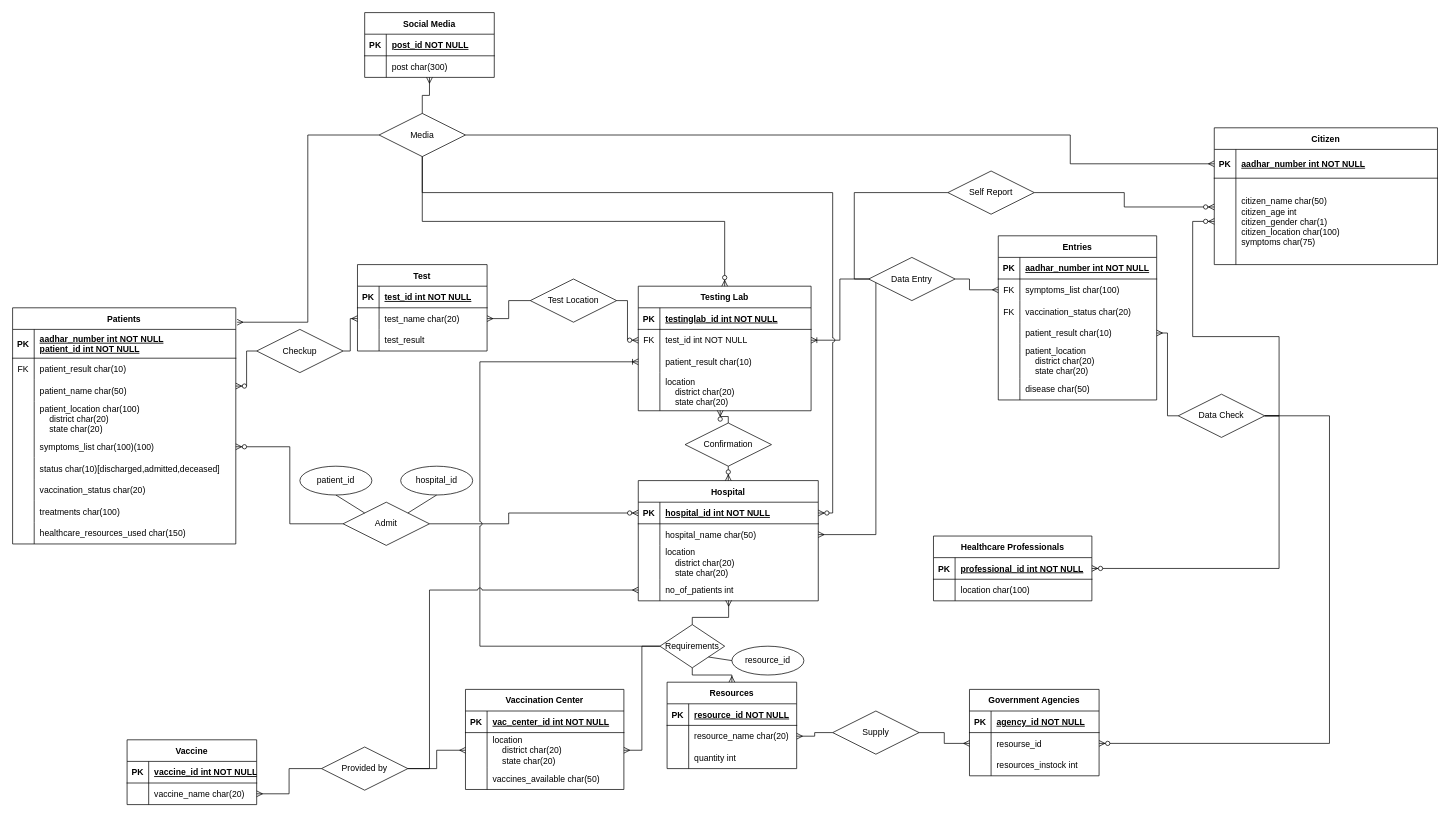
Above: page "Page-1" (1 of 3) of Untitled Diagram.drawio in nithishnani-277/DBMS_LAB (draw.io), before the change. Source tidied: cells renumbered, new cells numbered last; positions are measured from the earlier drawing's top-left corner, leaving out a move shared by most shapes. Both pictures are drawn from the tidied source at 72%, with x=0, y=0 at pixel (12, 12).
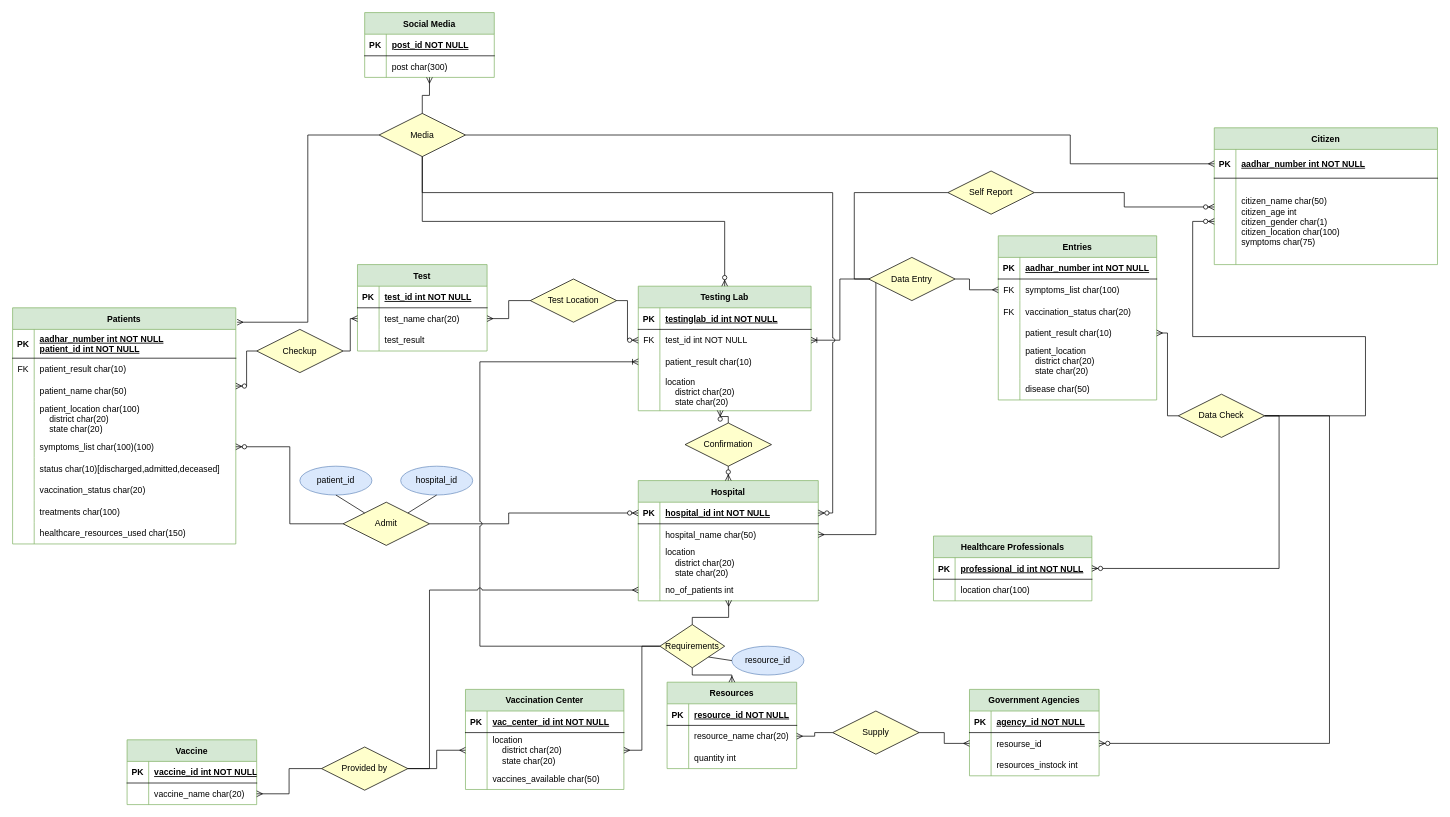
The same page after the edit.

The change refers to these unchanged cells:
```xml
<mxCell id="47" style="shape=partialRectangle;fillColor=none;points=[[0,0.5],[1,0.5]];portConstraint=eastwest;top=0;left=0;right=0;bottom=0;" parent="43" vertex="1">
  <mxGeometry y="70" width="310" height="120" as="geometry" />
</mxCell>
```

Change to the diagram source:
```diff
@@
-    <mxCell id="2" value="Testing Lab" style="shape=table;startSize=30;childLayout=tableLayout;rowLines=0;fontStyle=1;align=center;" parent="1" vertex="1">
+    <mxCell id="2" value="Testing Lab" style="shape=table;startSize=30;childLayout=tableLayout;rowLines=0;fontStyle=1;align=center;fillColor=#d5e8d4;strokeColor=#82b366;" parent="1" vertex="1">
       <mxGeometry x="869" y="380" width="240" height="173" as="geometry" />
     </mxCell>
@@
-    <mxCell id="15" value="Patients" style="shape=table;startSize=30;childLayout=tableLayout;rowLines=0;fontStyle=1;align=center;" parent="1" vertex="1">
+    <mxCell id="15" value="Patients" style="shape=table;startSize=30;childLayout=tableLayout;rowLines=0;fontStyle=1;align=center;fillColor=#d5e8d4;strokeColor=#82b366;" parent="1" vertex="1">
       <mxGeometry y="410" width="310" height="328" as="geometry" />
     </mxCell>
@@
-    <mxCell id="43" value="Citizen" style="shape=table;startSize=30;childLayout=tableLayout;rowLines=0;fontStyle=1;align=center;" parent="1" vertex="1">
+    <mxCell id="43" value="Citizen" style="shape=table;startSize=30;childLayout=tableLayout;rowLines=0;fontStyle=1;align=center;fillColor=#d5e8d4;strokeColor=#82b366;" parent="1" vertex="1">
       <mxGeometry x="1669" y="160" width="310" height="190" as="geometry" />
     </mxCell>
@@
-    <mxCell id="53" value="Hospital" style="shape=table;startSize=30;childLayout=tableLayout;rowLines=0;fontStyle=1;align=center;" parent="1" vertex="1">
+    <mxCell id="53" value="Hospital" style="shape=table;startSize=30;childLayout=tableLayout;rowLines=0;fontStyle=1;align=center;fillColor=#d5e8d4;strokeColor=#82b366;" parent="1" vertex="1">
       <mxGeometry x="869" y="650" width="250" height="167" as="geometry" />
     </mxCell>
@@
-    <mxCell id="66" value="Admit" style="shape=rhombus;perimeter=rhombusPerimeter;whiteSpace=wrap;html=1;align=center;" parent="1" vertex="1">
+    <mxCell id="66" value="Admit" style="shape=rhombus;perimeter=rhombusPerimeter;whiteSpace=wrap;html=1;align=center;fillColor=#FFFFCC;" parent="1" vertex="1">
       <mxGeometry x="459" y="680" width="120" height="60" as="geometry" />
     </mxCell>
@@
-    <mxCell id="69" value="Confirmation" style="shape=rhombus;perimeter=rhombusPerimeter;whiteSpace=wrap;html=1;align=center;" parent="1" vertex="1">
+    <mxCell id="69" value="Confirmation" style="shape=rhombus;perimeter=rhombusPerimeter;whiteSpace=wrap;html=1;align=center;fillColor=#FFFFCC;" parent="1" vertex="1">
       <mxGeometry x="934" y="570" width="120" height="60" as="geometry" />
     </mxCell>
@@
-    <mxCell id="72" value="patient_id" style="ellipse;whiteSpace=wrap;html=1;align=center;" parent="1" vertex="1">
+    <mxCell id="72" value="patient_id" style="ellipse;whiteSpace=wrap;html=1;align=center;fillColor=#dae8fc;strokeColor=#6c8ebf;" parent="1" vertex="1">
       <mxGeometry x="399" y="630" width="100" height="40" as="geometry" />
     </mxCell>
-    <mxCell id="73" value="hospital_id" style="ellipse;whiteSpace=wrap;html=1;align=center;" parent="1" vertex="1">
+    <mxCell id="73" value="hospital_id" style="ellipse;whiteSpace=wrap;html=1;align=center;fillColor=#dae8fc;strokeColor=#6c8ebf;" parent="1" vertex="1">
       <mxGeometry x="539" y="630" width="100" height="40" as="geometry" />
     </mxCell>
@@
-    <mxCell id="76" value="Resources" style="shape=table;startSize=30;childLayout=tableLayout;rowLines=0;fontStyle=1;align=center;" parent="1" vertex="1">
+    <mxCell id="76" value="Resources" style="shape=table;startSize=30;childLayout=tableLayout;rowLines=0;fontStyle=1;align=center;fillColor=#d5e8d4;strokeColor=#82b366;" parent="1" vertex="1">
       <mxGeometry x="909" y="930" width="180" height="120" as="geometry" />
     </mxCell>
@@
-    <mxCell id="87" value="Requirements" style="shape=rhombus;perimeter=rhombusPerimeter;whiteSpace=wrap;html=1;align=center;" parent="1" vertex="1">
+    <mxCell id="87" value="Requirements" style="shape=rhombus;perimeter=rhombusPerimeter;whiteSpace=wrap;html=1;align=center;fillColor=#FFFFCC;" parent="1" vertex="1">
       <mxGeometry x="899" y="850" width="90" height="60" as="geometry" />
     </mxCell>
@@
-    <mxCell id="89" value="resource_id" style="ellipse;whiteSpace=wrap;html=1;align=center;" parent="1" vertex="1">
+    <mxCell id="89" value="resource_id" style="ellipse;whiteSpace=wrap;html=1;align=center;fillColor=#dae8fc;strokeColor=#6c8ebf;" parent="1" vertex="1">
       <mxGeometry x="999" y="880" width="100" height="40" as="geometry" />
     </mxCell>
@@
-    <mxCell id="92" value="Test" style="shape=table;startSize=30;childLayout=tableLayout;rowLines=0;fontStyle=1;align=center;" parent="1" vertex="1">
+    <mxCell id="92" value="Test" style="shape=table;startSize=30;childLayout=tableLayout;rowLines=0;fontStyle=1;align=center;fillColor=#d5e8d4;strokeColor=#82b366;" parent="1" vertex="1">
       <mxGeometry x="479" y="350" width="180" height="120" as="geometry" />
     </mxCell>
@@
-    <mxCell id="102" value="Test Location" style="shape=rhombus;perimeter=rhombusPerimeter;whiteSpace=wrap;html=1;align=center;" parent="1" vertex="1">
+    <mxCell id="102" value="Test Location" style="shape=rhombus;perimeter=rhombusPerimeter;whiteSpace=wrap;html=1;align=center;fillColor=#FFFFCC;" parent="1" vertex="1">
       <mxGeometry x="719" y="370" width="120" height="60" as="geometry" />
     </mxCell>
-    <mxCell id="103" value="Checkup" style="shape=rhombus;perimeter=rhombusPerimeter;whiteSpace=wrap;html=1;align=center;" parent="1" vertex="1">
+    <mxCell id="103" value="Checkup" style="shape=rhombus;perimeter=rhombusPerimeter;whiteSpace=wrap;html=1;align=center;fillColor=#FFFFCC;" parent="1" vertex="1">
       <mxGeometry x="339" y="440" width="120" height="60" as="geometry" />
     </mxCell>
@@
-    <mxCell id="106" value="Social Media" style="shape=table;startSize=30;childLayout=tableLayout;rowLines=0;fontStyle=1;align=center;" parent="1" vertex="1">
+    <mxCell id="106" value="Social Media" style="shape=table;startSize=30;childLayout=tableLayout;rowLines=0;fontStyle=1;align=center;fillColor=#d5e8d4;strokeColor=#82b366;" parent="1" vertex="1">
       <mxGeometry x="489" width="180" height="90" as="geometry" />
     </mxCell>
@@
-    <mxCell id="113" value="Media" style="shape=rhombus;perimeter=rhombusPerimeter;whiteSpace=wrap;html=1;align=center;" parent="1" vertex="1">
+    <mxCell id="113" value="Media" style="shape=rhombus;perimeter=rhombusPerimeter;whiteSpace=wrap;html=1;align=center;fillColor=#FFFFCC;" parent="1" vertex="1">
       <mxGeometry x="509" y="140" width="120" height="60" as="geometry" />
     </mxCell>
@@
-    <mxCell id="118" value="Government Agencies" style="shape=table;startSize=30;childLayout=tableLayout;rowLines=0;fontStyle=1;align=center;" parent="1" vertex="1">
+    <mxCell id="118" value="Government Agencies" style="shape=table;startSize=30;childLayout=tableLayout;rowLines=0;fontStyle=1;align=center;fillColor=#d5e8d4;strokeColor=#82b366;" parent="1" vertex="1">
       <mxGeometry x="1329" y="940" width="180" height="120" as="geometry" />
     </mxCell>
@@
-    <mxCell id="128" value="Entries" style="shape=table;startSize=30;childLayout=tableLayout;rowLines=0;fontStyle=1;align=center;" parent="1" vertex="1">
+    <mxCell id="128" value="Entries" style="shape=table;startSize=30;childLayout=tableLayout;rowLines=0;fontStyle=1;align=center;fillColor=#d5e8d4;strokeColor=#82b366;" parent="1" vertex="1">
       <mxGeometry x="1369" y="310" width="220" height="228" as="geometry" />
     </mxCell>
@@
-    <mxCell id="147" value="Data Entry" style="shape=rhombus;perimeter=rhombusPerimeter;whiteSpace=wrap;html=1;align=center;" parent="1" vertex="1">
+    <mxCell id="147" value="Data Entry" style="shape=rhombus;perimeter=rhombusPerimeter;whiteSpace=wrap;html=1;align=center;fillColor=#FFFFCC;direction=east;" parent="1" vertex="1">
       <mxGeometry x="1189" y="340" width="120" height="60" as="geometry" />
     </mxCell>
@@
-    <mxCell id="150" value="Supply" style="shape=rhombus;perimeter=rhombusPerimeter;whiteSpace=wrap;html=1;align=center;" parent="1" vertex="1">
+    <mxCell id="150" value="Supply" style="shape=rhombus;perimeter=rhombusPerimeter;whiteSpace=wrap;html=1;align=center;fillColor=#FFFFCC;" parent="1" vertex="1">
       <mxGeometry x="1139" y="970" width="120" height="60" as="geometry" />
     </mxCell>
@@
-    <mxCell id="152" value="Data Check" style="shape=rhombus;perimeter=rhombusPerimeter;whiteSpace=wrap;html=1;align=center;" parent="1" vertex="1">
+    <mxCell id="152" value="Data Check" style="shape=rhombus;perimeter=rhombusPerimeter;whiteSpace=wrap;html=1;align=center;fillColor=#FFFFCC;" parent="1" vertex="1">
       <mxGeometry x="1619" y="530" width="120" height="60" as="geometry" />
     </mxCell>
@@
     <mxCell id="154" style="fontSize=12;html=1;endArrow=ERzeroToMany;endFill=1;rounded=0;exitX=1;exitY=0.5;exitDx=0;exitDy=0;entryX=0;entryY=0.5;entryDx=0;entryDy=0;" parent="1" edge="1" source="152" target="47">
       <mxGeometry relative="1" as="geometry">
         <Array as="points">
-          <mxPoint x="1759" y="560" />
-          <mxPoint x="1759" y="450" />
+          <mxPoint x="1879" y="560" />
+          <mxPoint x="1879" y="450" />
           <mxPoint x="1639" y="450" />
           <mxPoint x="1639" y="290" />
         </Array>
       </mxGeometry>
     </mxCell>
-    <mxCell id="155" value="Healthcare Professionals" style="shape=table;startSize=30;childLayout=tableLayout;rowLines=0;fontStyle=1;align=center;" parent="1" vertex="1">
+    <mxCell id="155" value="Healthcare Professionals" style="shape=table;startSize=30;childLayout=tableLayout;rowLines=0;fontStyle=1;align=center;fillColor=#d5e8d4;strokeColor=#82b366;" parent="1" vertex="1">
       <mxGeometry x="1279" y="727" width="220" height="90" as="geometry" />
     </mxCell>
@@
-    <mxCell id="165" value="Self Report" style="shape=rhombus;perimeter=rhombusPerimeter;whiteSpace=wrap;html=1;align=center;" parent="1" vertex="1">
+    <mxCell id="165" value="Self Report" style="shape=rhombus;perimeter=rhombusPerimeter;whiteSpace=wrap;html=1;align=center;fillColor=#FFFFCC;strokeColor=#000000;" parent="1" vertex="1">
       <mxGeometry x="1299" y="220" width="120" height="60" as="geometry" />
     </mxCell>
@@
-    <mxCell id="169" value="Vaccination Center" style="shape=table;startSize=30;childLayout=tableLayout;rowLines=0;fontStyle=1;align=center;" parent="1" vertex="1">
+    <mxCell id="169" value="Vaccination Center" style="shape=table;startSize=30;childLayout=tableLayout;rowLines=0;fontStyle=1;align=center;fillColor=#d5e8d4;strokeColor=#82b366;" parent="1" vertex="1">
       <mxGeometry x="629" y="940" width="220" height="139" as="geometry" />
     </mxCell>
@@
-    <mxCell id="180" value="Provided by" style="shape=rhombus;perimeter=rhombusPerimeter;whiteSpace=wrap;html=1;align=center;" parent="1" vertex="1">
+    <mxCell id="180" value="Provided by" style="shape=rhombus;perimeter=rhombusPerimeter;whiteSpace=wrap;html=1;align=center;fillColor=#FFFFCC;" parent="1" vertex="1">
       <mxGeometry x="429" y="1020" width="120" height="60" as="geometry" />
     </mxCell>
@@
-    <mxCell id="183" value="Vaccine" style="shape=table;startSize=30;childLayout=tableLayout;rowLines=0;fontStyle=1;align=center;" parent="1" vertex="1">
+    <mxCell id="183" value="Vaccine" style="shape=table;startSize=30;childLayout=tableLayout;rowLines=0;fontStyle=1;align=center;fillColor=#d5e8d4;strokeColor=#82b366;" parent="1" vertex="1">
       <mxGeometry x="159" y="1010" width="180" height="90" as="geometry" />
     </mxCell>
```
